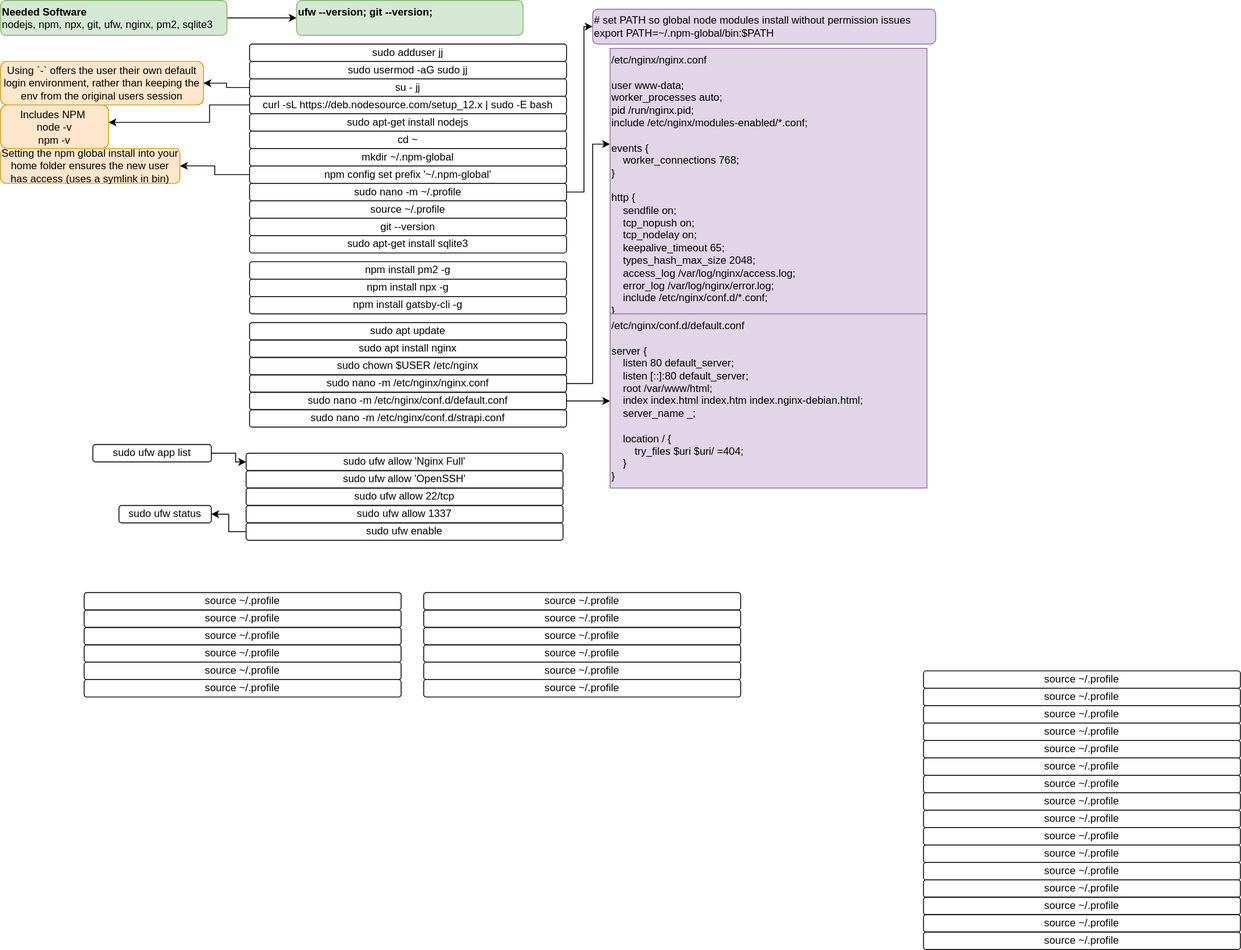
The draw.io diagram svg/nginx-production.svg in clementsjj/strapsby, before a commit. Source tidied: cells renumbered, new cells last; positions are measured from the earlier drawing's top-left corner, leaving out a move shared by most shapes.
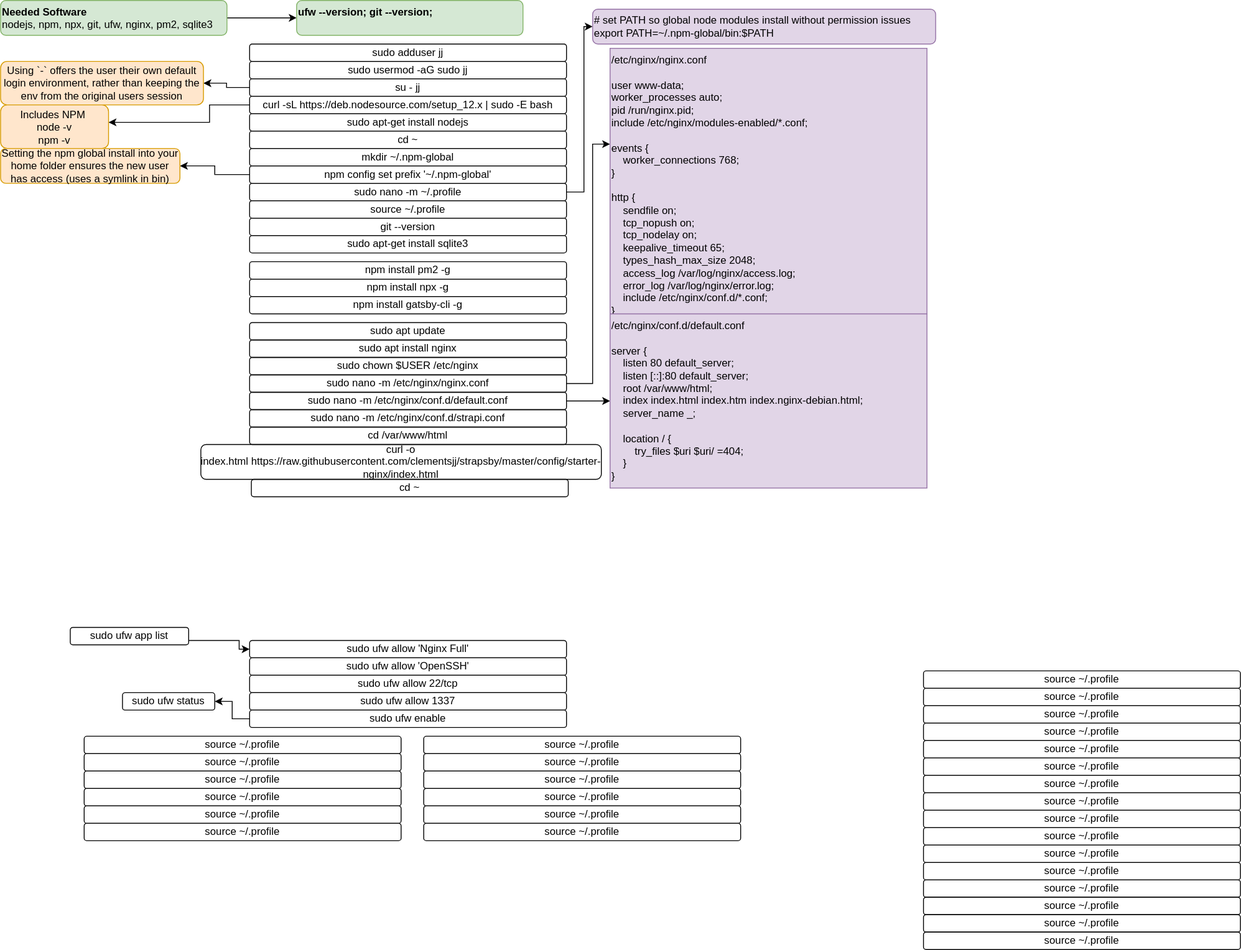
The same diagram one commit later.

What changed in the source:
```diff
@@ -100,43 +100,43 @@
       <mxGeometry x="286" y="390" width="364" height="20" as="geometry" />
     </mxCell>
     <mxCell id="31" value="sudo ufw allow 'Nginx Full'" style="text;html=1;strokeColor=#000000;fillColor=none;align=center;verticalAlign=middle;whiteSpace=wrap;rounded=1;glass=0;" parent="1" vertex="1">
-      <mxGeometry x="282" y="520" width="364" height="20" as="geometry" />
+      <mxGeometry x="286" y="735" width="364" height="20" as="geometry" />
     </mxCell>
     <mxCell id="32" style="edgeStyle=orthogonalEdgeStyle;rounded=0;jettySize=auto;html=1;fontFamily=Helvetica;exitX=0;exitY=0.5;exitDx=0;exitDy=0;entryX=1;entryY=0.5;entryDx=0;entryDy=0;" parent="1" edge="1" source="37" target="34">
       <mxGeometry relative="1" as="geometry" />
     </mxCell>
     <mxCell id="33" value="sudo ufw allow 'OpenSSH'" style="text;html=1;strokeColor=#000000;fillColor=none;align=center;verticalAlign=middle;whiteSpace=wrap;rounded=1;glass=0;" parent="1" vertex="1">
-      <mxGeometry x="282" y="540" width="364" height="20" as="geometry" />
+      <mxGeometry x="286" y="755" width="364" height="20" as="geometry" />
     </mxCell>
     <mxCell id="34" value="sudo ufw status" style="text;html=1;strokeColor=#000000;fillColor=none;align=center;verticalAlign=middle;whiteSpace=wrap;rounded=1;glass=0;" parent="1" vertex="1">
-      <mxGeometry x="136" y="580" width="106" height="20" as="geometry" />
+      <mxGeometry x="140" y="795" width="106" height="20" as="geometry" />
     </mxCell>
     <mxCell id="35" value="sudo ufw allow 22/tcp" style="text;html=1;strokeColor=#000000;fillColor=none;align=center;verticalAlign=middle;whiteSpace=wrap;rounded=1;glass=0;" parent="1" vertex="1">
-      <mxGeometry x="282" y="560" width="364" height="20" as="geometry" />
+      <mxGeometry x="286" y="775" width="364" height="20" as="geometry" />
     </mxCell>
     <mxCell id="36" value="sudo ufw allow 1337" style="text;html=1;strokeColor=#000000;fillColor=none;align=center;verticalAlign=middle;whiteSpace=wrap;rounded=1;glass=0;" parent="1" vertex="1">
-      <mxGeometry x="282" y="580" width="364" height="20" as="geometry" />
+      <mxGeometry x="286" y="795" width="364" height="20" as="geometry" />
     </mxCell>
     <mxCell id="37" value="sudo ufw enable" style="text;html=1;strokeColor=#000000;fillColor=none;align=center;verticalAlign=middle;whiteSpace=wrap;rounded=1;glass=0;" parent="1" vertex="1">
-      <mxGeometry x="282" y="600" width="364" height="20" as="geometry" />
+      <mxGeometry x="286" y="815" width="364" height="20" as="geometry" />
     </mxCell>
     <mxCell id="38" value="source ~/.profile" style="text;html=1;strokeColor=#000000;fillColor=none;align=center;verticalAlign=middle;whiteSpace=wrap;rounded=1;glass=0;" parent="1" vertex="1">
-      <mxGeometry x="96" y="680" width="364" height="20" as="geometry" />
+      <mxGeometry x="96" y="845" width="364" height="20" as="geometry" />
     </mxCell>
     <mxCell id="39" value="source ~/.profile" style="text;html=1;strokeColor=#000000;fillColor=none;align=center;verticalAlign=middle;whiteSpace=wrap;rounded=1;glass=0;" parent="1" vertex="1">
-      <mxGeometry x="96" y="700" width="364" height="20" as="geometry" />
+      <mxGeometry x="96" y="865" width="364" height="20" as="geometry" />
     </mxCell>
     <mxCell id="40" value="source ~/.profile" style="text;html=1;strokeColor=#000000;fillColor=none;align=center;verticalAlign=middle;whiteSpace=wrap;rounded=1;glass=0;" parent="1" vertex="1">
-      <mxGeometry x="96" y="720" width="364" height="20" as="geometry" />
+      <mxGeometry x="96" y="885" width="364" height="20" as="geometry" />
     </mxCell>
     <mxCell id="41" value="source ~/.profile" style="text;html=1;strokeColor=#000000;fillColor=none;align=center;verticalAlign=middle;whiteSpace=wrap;rounded=1;glass=0;" parent="1" vertex="1">
-      <mxGeometry x="96" y="740" width="364" height="20" as="geometry" />
+      <mxGeometry x="96" y="905" width="364" height="20" as="geometry" />
     </mxCell>
     <mxCell id="42" value="source ~/.profile" style="text;html=1;strokeColor=#000000;fillColor=none;align=center;verticalAlign=middle;whiteSpace=wrap;rounded=1;glass=0;" parent="1" vertex="1">
-      <mxGeometry x="96" y="760" width="364" height="20" as="geometry" />
+      <mxGeometry x="96" y="925" width="364" height="20" as="geometry" />
     </mxCell>
     <mxCell id="43" value="source ~/.profile" style="text;html=1;strokeColor=#000000;fillColor=none;align=center;verticalAlign=middle;whiteSpace=wrap;rounded=1;glass=0;" parent="1" vertex="1">
-      <mxGeometry x="96" y="780" width="364" height="20" as="geometry" />
+      <mxGeometry x="96" y="945" width="364" height="20" as="geometry" />
     </mxCell>
     <mxCell id="44" value="source ~/.profile" style="text;html=1;strokeColor=#000000;fillColor=none;align=center;verticalAlign=middle;whiteSpace=wrap;rounded=1;glass=0;" parent="1" vertex="1">
       <mxGeometry x="1060" y="770" width="364" height="20" as="geometry" />
@@ -189,31 +189,32 @@
     <mxCell id="60" style="edgeStyle=orthogonalEdgeStyle;rounded=0;jettySize=auto;html=1;fontFamily=Helvetica;exitX=1;exitY=0.5;exitDx=0;exitDy=0;entryX=0;entryY=0.5;entryDx=0;entryDy=0;" parent="1" edge="1" source="61" target="31">
       <mxGeometry relative="1" as="geometry">
         <Array as="points">
-          <mxPoint x="270" y="520" />
-          <mxPoint x="270" y="530" />
+          <mxPoint x="216" y="735" />
+          <mxPoint x="274" y="735" />
+          <mxPoint x="274" y="745" />
         </Array>
       </mxGeometry>
     </mxCell>
     <mxCell id="61" value="sudo ufw app list" style="rounded=1;whiteSpace=wrap;html=1;glass=0;strokeColor=#000000;fontFamily=Helvetica;align=center;" parent="1" vertex="1">
-      <mxGeometry x="106" y="510" width="136" height="20" as="geometry" />
+      <mxGeometry x="80" y="720" width="136" height="20" as="geometry" />
     </mxCell>
     <mxCell id="62" value="source ~/.profile" style="text;html=1;strokeColor=#000000;fillColor=none;align=center;verticalAlign=middle;whiteSpace=wrap;rounded=1;glass=0;" parent="1" vertex="1">
-      <mxGeometry x="486" y="680" width="364" height="20" as="geometry" />
+      <mxGeometry x="486" y="845" width="364" height="20" as="geometry" />
     </mxCell>
     <mxCell id="63" value="source ~/.profile" style="text;html=1;strokeColor=#000000;fillColor=none;align=center;verticalAlign=middle;whiteSpace=wrap;rounded=1;glass=0;" parent="1" vertex="1">
-      <mxGeometry x="486" y="700" width="364" height="20" as="geometry" />
+      <mxGeometry x="486" y="865" width="364" height="20" as="geometry" />
     </mxCell>
     <mxCell id="64" value="source ~/.profile" style="text;html=1;strokeColor=#000000;fillColor=none;align=center;verticalAlign=middle;whiteSpace=wrap;rounded=1;glass=0;" parent="1" vertex="1">
-      <mxGeometry x="486" y="720" width="364" height="20" as="geometry" />
+      <mxGeometry x="486" y="885" width="364" height="20" as="geometry" />
     </mxCell>
     <mxCell id="65" value="source ~/.profile" style="text;html=1;strokeColor=#000000;fillColor=none;align=center;verticalAlign=middle;whiteSpace=wrap;rounded=1;glass=0;" parent="1" vertex="1">
-      <mxGeometry x="486" y="740" width="364" height="20" as="geometry" />
+      <mxGeometry x="486" y="905" width="364" height="20" as="geometry" />
     </mxCell>
     <mxCell id="66" value="source ~/.profile" style="text;html=1;strokeColor=#000000;fillColor=none;align=center;verticalAlign=middle;whiteSpace=wrap;rounded=1;glass=0;" parent="1" vertex="1">
-      <mxGeometry x="486" y="760" width="364" height="20" as="geometry" />
+      <mxGeometry x="486" y="925" width="364" height="20" as="geometry" />
     </mxCell>
     <mxCell id="67" value="source ~/.profile" style="text;html=1;strokeColor=#000000;fillColor=none;align=center;verticalAlign=middle;whiteSpace=wrap;rounded=1;glass=0;" parent="1" vertex="1">
-      <mxGeometry x="486" y="780" width="364" height="20" as="geometry" />
+      <mxGeometry x="486" y="945" width="364" height="20" as="geometry" />
     </mxCell>
     <mxCell id="68" value="sudo chown $USER /etc/nginx" style="text;html=1;strokeColor=#000000;fillColor=none;align=center;verticalAlign=middle;whiteSpace=wrap;rounded=1;glass=0;" parent="1" vertex="1">
       <mxGeometry x="286" y="410" width="364" height="20" as="geometry" />
@@ -245,5 +246,14 @@
     <mxCell id="75" value="sudo nano -m /etc/nginx/conf.d/strapi.conf" style="text;html=1;strokeColor=#000000;fillColor=none;align=center;verticalAlign=middle;whiteSpace=wrap;rounded=1;glass=0;" parent="1" vertex="1">
       <mxGeometry x="286" y="470" width="364" height="20" as="geometry" />
     </mxCell>
+    <mxCell id="76" value="cd /var/www/html" style="text;html=1;strokeColor=#000000;fillColor=none;align=center;verticalAlign=middle;whiteSpace=wrap;rounded=1;glass=0;" parent="1" vertex="1">
+      <mxGeometry x="286" y="490" width="364" height="20" as="geometry" />
+    </mxCell>
+    <mxCell id="77" value="curl -o index.html&amp;nbsp;&lt;a href=&quot;https://raw.githubusercontent.com/clementsjj/strapsby/master/config/starter-nginx/index.html&quot;&gt;&lt;font color=&quot;#000000&quot;&gt;https://raw.githubusercontent.com/clementsjj/strapsby/master/config/starter-nginx/index.html&lt;/font&gt;&lt;/a&gt;" style="text;html=1;strokeColor=#000000;fillColor=none;align=center;verticalAlign=middle;whiteSpace=wrap;rounded=1;glass=0;" parent="1" vertex="1">
+      <mxGeometry x="230" y="510" width="460" height="40" as="geometry" />
+    </mxCell>
+    <mxCell id="78" value="cd ~" style="text;html=1;strokeColor=#000000;fillColor=none;align=center;verticalAlign=middle;whiteSpace=wrap;rounded=1;glass=0;" parent="1" vertex="1">
+      <mxGeometry x="288" y="550" width="364" height="20" as="geometry" />
+    </mxCell>
   </root>
 </mxGraphModel>
```
